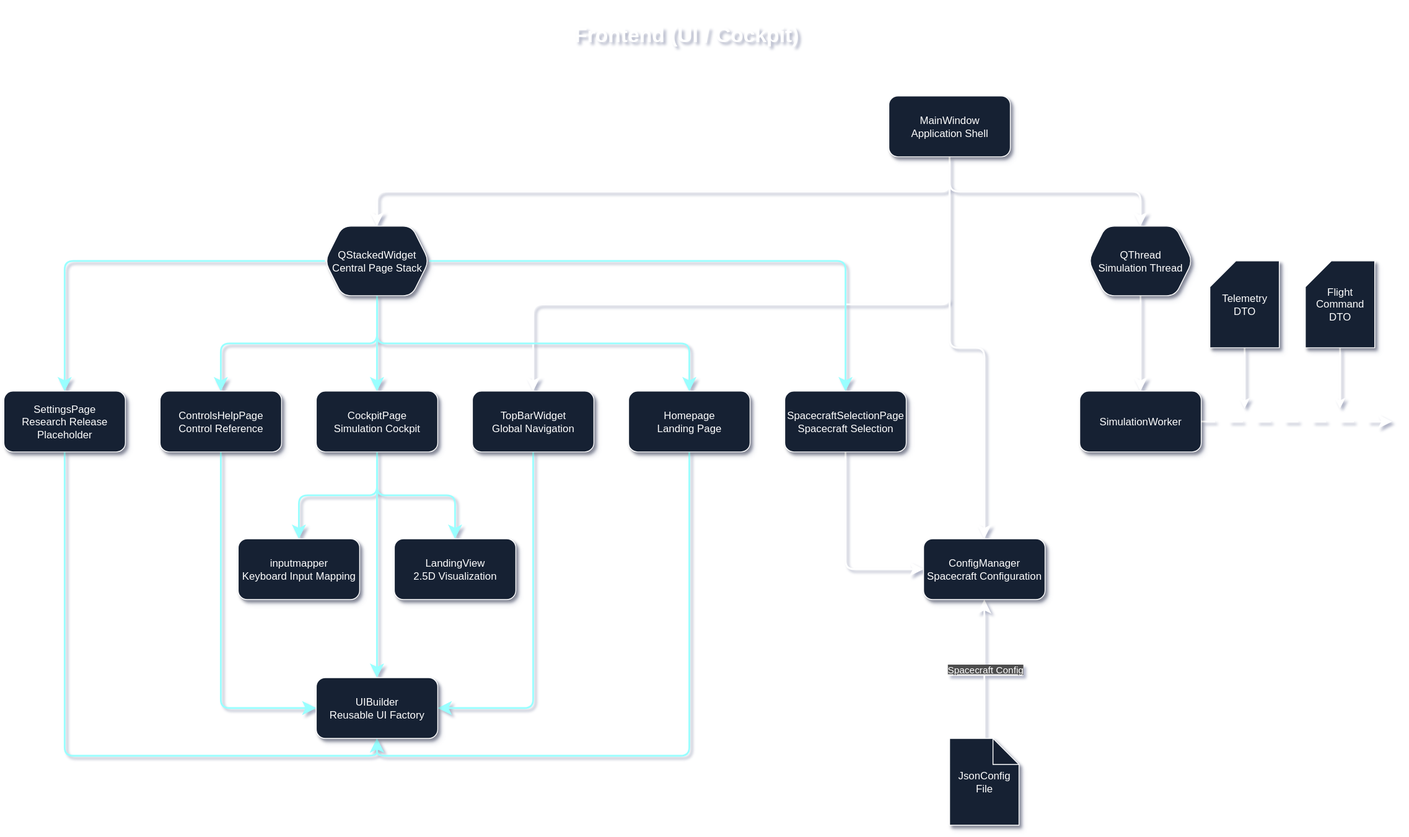
Before: static/img/architecture/FrontEnd.drawio.svg, a diagram exported from draw.io (gerd-lrt-dev/aerospace-simulation). Source tidied: cells renumbered, new cells last; positions are measured from the earlier drawing's top-left corner, leaving out a move shared by most shapes.
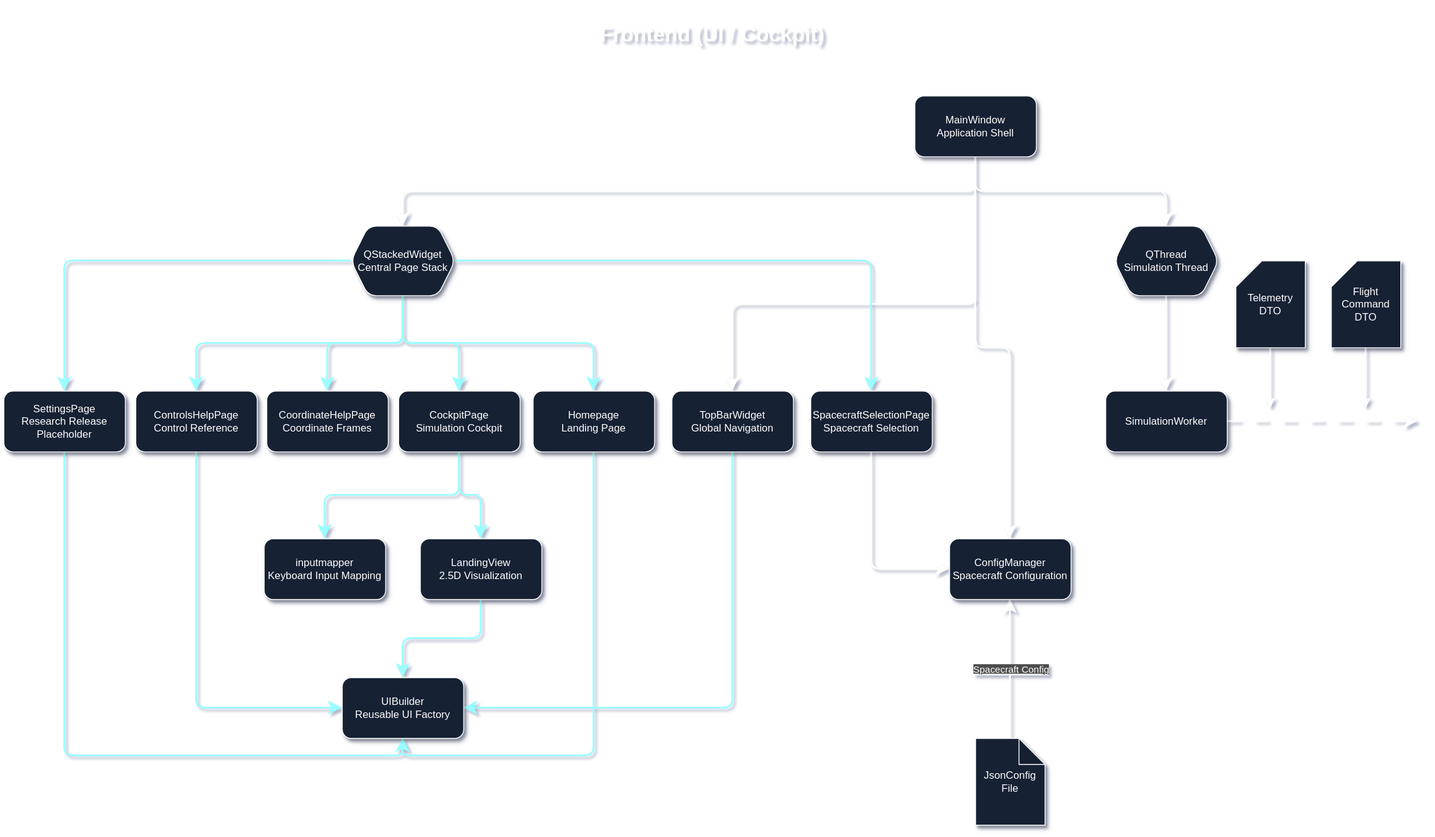
Above is the later version.

The edit, as a diff of the source:
```diff
@@ -35,7 +35,7 @@
       <mxGeometry relative="1" as="geometry">
         <Array as="points">
           <mxPoint x="1090" y="350" />
-          <mxPoint x="610" y="350" />
+          <mxPoint x="810" y="350" />
         </Array>
       </mxGeometry>
     </mxCell>
@@ -74,6 +74,9 @@
     <mxCell id="21" style="edgeStyle=orthogonalEdgeStyle;rounded=1;jettySize=auto;html=1;exitX=0;exitY=0.5;exitDx=0;exitDy=0;entryX=0.5;entryY=0;entryDx=0;entryDy=0;strokeColor=#99FFFF;strokeWidth=2;align=center;verticalAlign=middle;fontFamily=Helvetica;fontSize=11;fontColor=default;labelBackgroundColor=default;jumpSize=10;startSize=10;endArrow=classic;endSize=10;curved=0;" parent="1" edge="1" source="22" target="24">
       <mxGeometry relative="1" as="geometry" />
     </mxCell>
+    <mxCell id="44" style="edgeStyle=orthogonalEdgeStyle;rounded=1;jettySize=auto;html=1;exitX=0.5;exitY=1;exitDx=0;exitDy=0;entryX=0.5;entryY=0;entryDx=0;entryDy=0;strokeColor=#99FFFF;strokeWidth=2;align=center;verticalAlign=middle;fontFamily=Helvetica;fontSize=11;fontColor=default;labelBackgroundColor=default;jumpSize=10;startSize=10;endArrow=classic;endSize=10;curved=0;" parent="1" edge="1" source="22" target="46">
+      <mxGeometry relative="1" as="geometry" />
+    </mxCell>
     <mxCell id="22" value="&lt;font color=&quot;#ffffff&quot;&gt;QStackedWidget&lt;/font&gt;&lt;div&gt;&lt;font color=&quot;#ffffff&quot;&gt;Central Page Stack&lt;/font&gt;&lt;/div&gt;" style="shape=hexagon;perimeter=hexagonPerimeter2;whiteSpace=wrap;html=1;fixedSize=1;rounded=1;shadow=1;strokeColor=#FFFFFF;align=center;verticalAlign=middle;fontFamily=Helvetica;fontSize=12;fontColor=default;fillColor=#162133;" parent="1" vertex="1">
       <mxGeometry x="370" y="260" width="120" height="80" as="geometry" />
     </mxCell>
@@ -81,13 +84,13 @@
       <mxGeometry relative="1" as="geometry" />
     </mxCell>
     <mxCell id="24" value="&lt;font style=&quot;color: rgb(255, 255, 255);&quot;&gt;SettingsPage&lt;/font&gt;&lt;div&gt;&lt;font style=&quot;color: rgb(255, 255, 255);&quot;&gt;Research Release&lt;/font&gt;&lt;/div&gt;&lt;div&gt;&lt;font style=&quot;color: rgb(255, 255, 255);&quot;&gt;Placeholder&lt;/font&gt;&lt;/div&gt;" style="rounded=1;whiteSpace=wrap;html=1;strokeColor=#FFFFFF;fillColor=#162133;shadow=1;" parent="1" vertex="1">
-      <mxGeometry y="450" width="140" height="70" as="geometry" />
+      <mxGeometry x="-30" y="450" width="140" height="70" as="geometry" />
     </mxCell>
     <mxCell id="25" style="edgeStyle=orthogonalEdgeStyle;rounded=1;jettySize=auto;html=1;exitX=0.5;exitY=1;exitDx=0;exitDy=0;entryX=0;entryY=0.5;entryDx=0;entryDy=0;strokeColor=#99FFFF;strokeWidth=2;align=center;verticalAlign=middle;fontFamily=Helvetica;fontSize=11;fontColor=default;labelBackgroundColor=default;jumpSize=10;startSize=10;endArrow=classic;endSize=10;curved=0;" parent="1" edge="1" source="26" target="37">
       <mxGeometry relative="1" as="geometry" />
     </mxCell>
     <mxCell id="26" value="&lt;font color=&quot;#ffffff&quot;&gt;ControlsHelpPage&lt;/font&gt;&lt;div&gt;&lt;font color=&quot;#ffffff&quot;&gt;Control Reference&lt;/font&gt;&lt;/div&gt;" style="rounded=1;whiteSpace=wrap;html=1;strokeColor=#FFFFFF;fillColor=#162133;shadow=1;" parent="1" vertex="1">
-      <mxGeometry x="180" y="450" width="140" height="70" as="geometry" />
+      <mxGeometry x="122" y="450" width="140" height="70" as="geometry" />
     </mxCell>
     <mxCell id="27" style="edgeStyle=orthogonalEdgeStyle;rounded=1;jettySize=auto;html=1;exitX=0.5;exitY=1;exitDx=0;exitDy=0;entryX=0.5;entryY=0;entryDx=0;entryDy=0;strokeColor=#99FFFF;strokeWidth=2;align=center;verticalAlign=middle;fontFamily=Helvetica;fontSize=11;fontColor=default;labelBackgroundColor=default;jumpSize=10;startSize=10;endArrow=classic;endSize=10;curved=0;" parent="1" edge="1" source="30" target="35">
       <mxGeometry relative="1" as="geometry" />
@@ -95,27 +98,27 @@
     <mxCell id="28" style="edgeStyle=orthogonalEdgeStyle;rounded=1;jettySize=auto;html=1;exitX=0.5;exitY=1;exitDx=0;exitDy=0;entryX=0.5;entryY=0;entryDx=0;entryDy=0;strokeColor=#99FFFF;strokeWidth=2;align=center;verticalAlign=middle;fontFamily=Helvetica;fontSize=11;fontColor=default;labelBackgroundColor=default;jumpSize=10;startSize=10;endArrow=classic;endSize=10;curved=0;" parent="1" edge="1" source="30" target="36">
       <mxGeometry relative="1" as="geometry" />
     </mxCell>
-    <mxCell id="29" style="edgeStyle=orthogonalEdgeStyle;rounded=1;jettySize=auto;html=1;exitX=0.5;exitY=1;exitDx=0;exitDy=0;entryX=0.5;entryY=0;entryDx=0;entryDy=0;strokeColor=#99FFFF;strokeWidth=2;align=center;verticalAlign=middle;fontFamily=Helvetica;fontSize=11;fontColor=default;labelBackgroundColor=default;jumpSize=10;startSize=10;endArrow=classic;endSize=10;curved=0;" parent="1" edge="1" source="30" target="37">
-      <mxGeometry relative="1" as="geometry" />
-    </mxCell>
     <mxCell id="30" value="&lt;font color=&quot;#ffffff&quot;&gt;CockpitPage&lt;/font&gt;&lt;div&gt;&lt;font color=&quot;#ffffff&quot;&gt;Simulation Cockpit&lt;/font&gt;&lt;/div&gt;" style="rounded=1;whiteSpace=wrap;html=1;strokeColor=#FFFFFF;fillColor=#162133;shadow=1;" parent="1" vertex="1">
-      <mxGeometry x="360" y="450" width="140" height="70" as="geometry" />
+      <mxGeometry x="425" y="450" width="140" height="70" as="geometry" />
     </mxCell>
     <mxCell id="31" style="edgeStyle=orthogonalEdgeStyle;rounded=1;jettySize=auto;html=1;exitX=0.5;exitY=1;exitDx=0;exitDy=0;entryX=1;entryY=0.5;entryDx=0;entryDy=0;strokeColor=#99FFFF;strokeWidth=2;align=center;verticalAlign=middle;fontFamily=Helvetica;fontSize=11;fontColor=default;labelBackgroundColor=default;jumpSize=10;startSize=10;endArrow=classic;endSize=10;curved=0;" parent="1" edge="1" source="32" target="37">
       <mxGeometry relative="1" as="geometry" />
     </mxCell>
     <mxCell id="32" value="&lt;font color=&quot;#ffffff&quot;&gt;TopBarWidget&lt;/font&gt;&lt;div&gt;&lt;font color=&quot;#ffffff&quot;&gt;Global Navigation&lt;/font&gt;&lt;/div&gt;" style="rounded=1;whiteSpace=wrap;html=1;strokeColor=#FFFFFF;fillColor=#162133;shadow=1;" parent="1" vertex="1">
-      <mxGeometry x="540" y="450" width="140" height="70" as="geometry" />
+      <mxGeometry x="740" y="450" width="140" height="70" as="geometry" />
     </mxCell>
     <mxCell id="33" style="edgeStyle=orthogonalEdgeStyle;rounded=1;jettySize=auto;html=1;exitX=0.5;exitY=1;exitDx=0;exitDy=0;entryX=0.5;entryY=1;entryDx=0;entryDy=0;strokeColor=#99FFFF;strokeWidth=2;align=center;verticalAlign=middle;fontFamily=Helvetica;fontSize=11;fontColor=default;labelBackgroundColor=default;jumpSize=10;startSize=10;endArrow=classic;endSize=10;curved=0;" parent="1" edge="1" source="34" target="37">
       <mxGeometry relative="1" as="geometry" />
     </mxCell>
     <mxCell id="34" value="&lt;font color=&quot;#ffffff&quot;&gt;Homepage&lt;/font&gt;&lt;div&gt;&lt;font color=&quot;#ffffff&quot;&gt;Landing Page&lt;/font&gt;&lt;/div&gt;" style="rounded=1;whiteSpace=wrap;html=1;strokeColor=#FFFFFF;fillColor=#162133;shadow=1;" parent="1" vertex="1">
-      <mxGeometry x="720" y="450" width="140" height="70" as="geometry" />
+      <mxGeometry x="580" y="450" width="140" height="70" as="geometry" />
     </mxCell>
     <mxCell id="35" value="&lt;font style=&quot;color: rgb(255, 255, 255);&quot;&gt;inputmapper&lt;/font&gt;&lt;div&gt;&lt;font style=&quot;color: rgb(255, 255, 255);&quot;&gt;Keyboard Input Mapping&lt;/font&gt;&lt;/div&gt;" style="rounded=1;whiteSpace=wrap;html=1;strokeColor=#FFFFFF;fillColor=#162133;shadow=1;" parent="1" vertex="1">
       <mxGeometry x="270" y="620" width="140" height="70" as="geometry" />
     </mxCell>
+    <mxCell id="45" style="edgeStyle=orthogonalEdgeStyle;rounded=1;jettySize=auto;html=1;exitX=0.5;exitY=1;exitDx=0;exitDy=0;entryX=0.5;entryY=0;entryDx=0;entryDy=0;strokeColor=#99FFFF;strokeWidth=2;align=center;verticalAlign=middle;fontFamily=Helvetica;fontSize=11;fontColor=default;labelBackgroundColor=default;jumpSize=10;startSize=10;endArrow=classic;endSize=10;curved=0;" parent="1" edge="1" source="36" target="37">
+      <mxGeometry relative="1" as="geometry" />
+    </mxCell>
     <mxCell id="36" value="&lt;font color=&quot;#ffffff&quot;&gt;LandingView&lt;/font&gt;&lt;div&gt;&lt;font color=&quot;#ffffff&quot;&gt;2.5D Visualization&lt;/font&gt;&lt;/div&gt;" style="rounded=1;whiteSpace=wrap;html=1;strokeColor=#FFFFFF;fillColor=#162133;shadow=1;" parent="1" vertex="1">
       <mxGeometry x="450" y="620" width="140" height="70" as="geometry" />
     </mxCell>
@@ -142,5 +145,8 @@
     <mxCell id="43" value="&lt;font color=&quot;#ffffff&quot;&gt;Telemetry&lt;/font&gt;&lt;div&gt;&lt;font color=&quot;#ffffff&quot;&gt;DTO&lt;/font&gt;&lt;/div&gt;" style="shape=card;whiteSpace=wrap;html=1;strokeColor=#FFFFFF;fillColor=#162133;shadow=1;rounded=0;align=center;verticalAlign=middle;fontFamily=Helvetica;fontSize=12;fontColor=default;" parent="1" vertex="1">
       <mxGeometry x="1390" y="300" width="80" height="100" as="geometry" />
     </mxCell>
+    <mxCell id="46" value="&lt;font color=&quot;#ffffff&quot;&gt;CoordinateHelpPage&lt;/font&gt;&lt;div&gt;&lt;font color=&quot;#ffffff&quot;&gt;Coordinate Frames&lt;/font&gt;&lt;/div&gt;" style="rounded=1;whiteSpace=wrap;html=1;strokeColor=#FFFFFF;fillColor=#162133;shadow=1;" parent="1" vertex="1">
+      <mxGeometry x="273" y="450" width="140" height="70" as="geometry" />
+    </mxCell>
   </root>
 </mxGraphModel>
```
